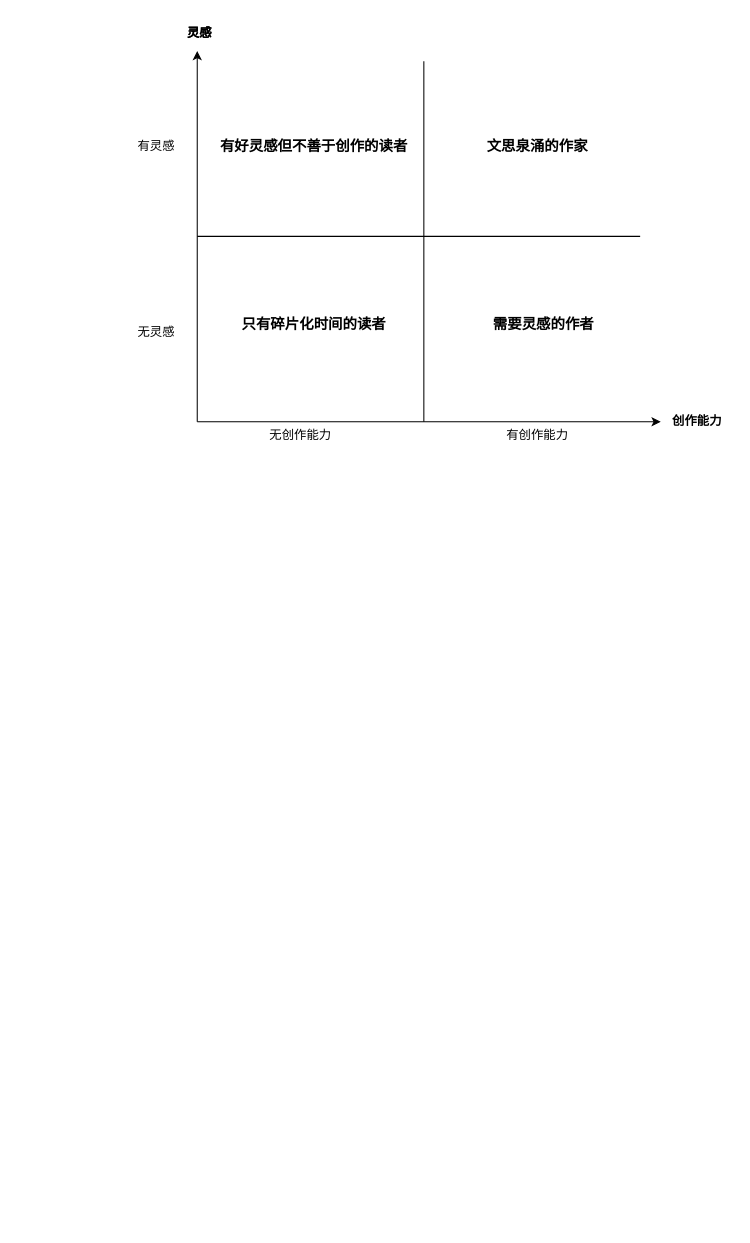
Flover-am/drawioRep keeps this draw.io diagram as 未命名绘图.drawio. Above is the earlier version. Source tidied: cells renumbered, new cells numbered last; positions are measured from the earlier drawing's top-left corner, leaving out a move shared by most shapes. Both pictures are drawn from the tidied source at 103%, with x=0, y=0 at pixel (125, 18).
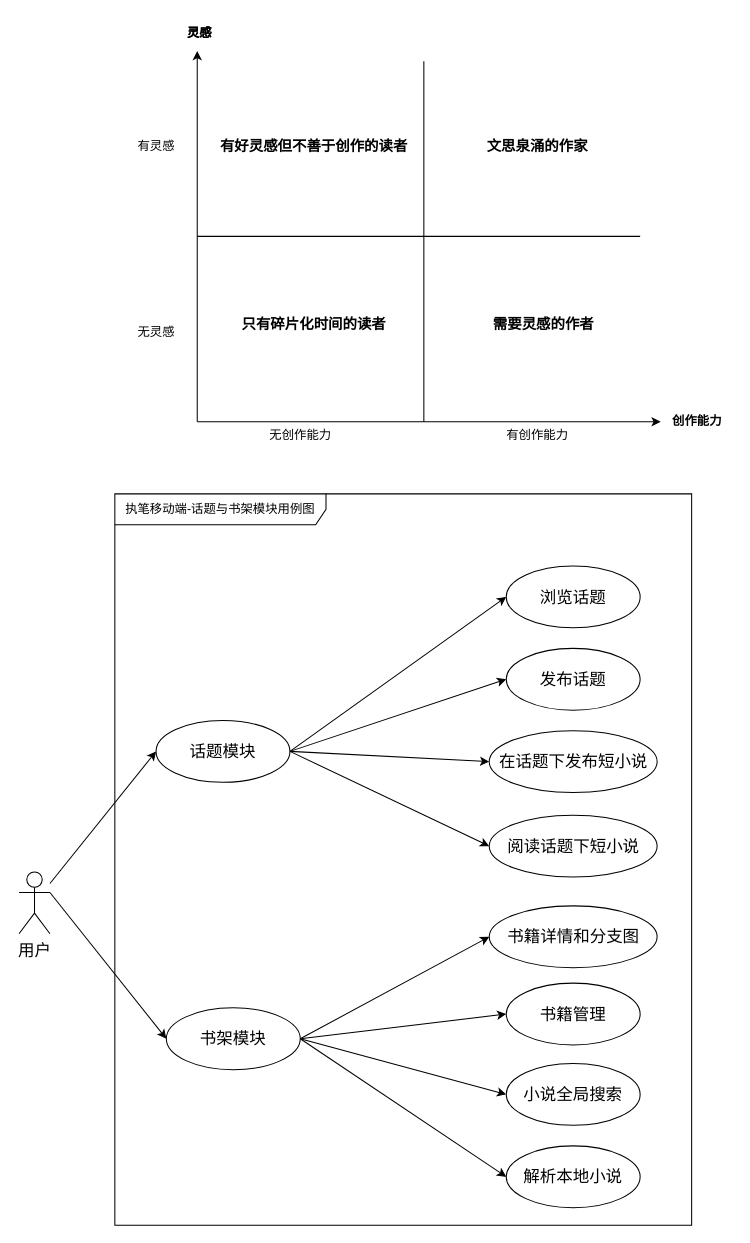
Above is the later version.

The edit, as a diff of the source:
```diff
@@
+    <mxCell id="17" value="用户" style="shape=umlActor;verticalLabelPosition=bottom;verticalAlign=top;html=1;outlineConnect=0;fontSize=16;" parent="1" vertex="1">
+      <mxGeometry x="-103" y="829" width="30" height="60" as="geometry" />
+    </mxCell>
+    <mxCell id="18" style="rounded=0;jettySize=auto;html=1;entryX=0;entryY=0.5;entryDx=0;entryDy=0;exitX=1;exitY=0.5;exitDx=0;exitDy=0;fontSize=16;" parent="1" edge="1" source="19" target="22">
+      <mxGeometry relative="1" as="geometry" />
+    </mxCell>
+    <mxCell id="19" value="话题模块" style="ellipse;whiteSpace=wrap;html=1;fontSize=16;" parent="1" vertex="1">
+      <mxGeometry x="30" y="682" width="130" height="60" as="geometry" />
+    </mxCell>
+    <mxCell id="20" value="浏览话题" style="ellipse;whiteSpace=wrap;html=1;fontSize=16;" parent="1" vertex="1">
+      <mxGeometry x="370" y="532" width="130" height="60" as="geometry" />
+    </mxCell>
+    <mxCell id="21" value="发布话题" style="ellipse;whiteSpace=wrap;html=1;fontSize=16;" parent="1" vertex="1">
+      <mxGeometry x="370" y="612" width="130" height="60" as="geometry" />
+    </mxCell>
+    <mxCell id="22" value="在话题下发布短小说" style="ellipse;whiteSpace=wrap;html=1;fontSize=16;" parent="1" vertex="1">
+      <mxGeometry x="353.5" y="692" width="163" height="60" as="geometry" />
+    </mxCell>
+    <mxCell id="23" value="书架模块" style="ellipse;whiteSpace=wrap;html=1;fontSize=16;" parent="1" vertex="1">
+      <mxGeometry x="40" y="961" width="130" height="60" as="geometry" />
+    </mxCell>
+    <mxCell id="24" value="书籍管理" style="ellipse;whiteSpace=wrap;html=1;fontSize=16;" parent="1" vertex="1">
+      <mxGeometry x="370" y="937" width="130" height="60" as="geometry" />
+    </mxCell>
+    <mxCell id="25" value="解析本地小说" style="ellipse;whiteSpace=wrap;html=1;fontSize=16;" parent="1" vertex="1">
+      <mxGeometry x="370" y="1095" width="130" height="60" as="geometry" />
+    </mxCell>
+    <mxCell id="26" value="小说全局搜索" style="ellipse;whiteSpace=wrap;html=1;fontSize=16;" parent="1" vertex="1">
+      <mxGeometry x="370" y="1015" width="130" height="60" as="geometry" />
+    </mxCell>
+    <mxCell id="27" style="endArrow=classic;html=1;rounded=0;entryX=0;entryY=0.5;entryDx=0;entryDy=0;" parent="1" edge="1" source="17" target="19">
+      <mxGeometry relative="1" as="geometry" />
+    </mxCell>
+    <mxCell id="28" style="endArrow=classic;html=1;rounded=0;entryX=0;entryY=0.5;entryDx=0;entryDy=0;exitX=1;exitY=0.3333333333333333;exitDx=0;exitDy=0;exitPerimeter=0;" parent="1" edge="1" source="17" target="23">
+      <mxGeometry relative="1" as="geometry" />
+    </mxCell>
+    <mxCell id="29" style="endArrow=classic;html=1;rounded=0;exitX=1;exitY=0.5;exitDx=0;exitDy=0;entryX=0;entryY=0.5;entryDx=0;entryDy=0;fontSize=16;" parent="1" edge="1" source="23" target="24">
+      <mxGeometry relative="1" as="geometry" />
+    </mxCell>
+    <mxCell id="30" style="endArrow=classic;html=1;rounded=0;entryX=0;entryY=0.5;entryDx=0;entryDy=0;exitX=1;exitY=0.5;exitDx=0;exitDy=0;fontSize=16;" parent="1" edge="1" source="23" target="25">
+      <mxGeometry relative="1" as="geometry" />
+    </mxCell>
+    <mxCell id="31" style="endArrow=classic;html=1;rounded=0;entryX=0;entryY=0.5;entryDx=0;entryDy=0;exitX=1;exitY=0.5;exitDx=0;exitDy=0;fontSize=16;" parent="1" edge="1" source="23" target="26">
+      <mxGeometry relative="1" as="geometry" />
+    </mxCell>
+    <mxCell id="32" style="rounded=0;jettySize=auto;html=1;entryX=0;entryY=0.5;entryDx=0;entryDy=0;exitX=1;exitY=0.5;exitDx=0;exitDy=0;fontSize=16;" parent="1" edge="1" source="19" target="21">
+      <mxGeometry relative="1" as="geometry" />
+    </mxCell>
+    <mxCell id="33" style="rounded=0;jettySize=auto;html=1;entryX=0;entryY=0.5;entryDx=0;entryDy=0;exitX=1;exitY=0.5;exitDx=0;exitDy=0;fontSize=16;" parent="1" edge="1" source="19" target="20">
+      <mxGeometry relative="1" as="geometry" />
+    </mxCell>
+    <mxCell id="34" value="执笔移动端-话题与书架模块用例图" style="shape=umlFrame;whiteSpace=wrap;html=1;width=205;height=30;" parent="1" vertex="1">
+      <mxGeometry x="-10" y="462" width="560" height="710" as="geometry" />
+    </mxCell>
+    <mxCell id="35" value="阅读话题下短小说" style="ellipse;whiteSpace=wrap;html=1;fontSize=16;" parent="1" vertex="1">
+      <mxGeometry x="353.5" y="774" width="163" height="60" as="geometry" />
+    </mxCell>
+    <mxCell id="36" style="rounded=0;jettySize=auto;html=1;entryX=0;entryY=0.5;entryDx=0;entryDy=0;fontSize=16;" parent="1" edge="1" target="35">
+      <mxGeometry relative="1" as="geometry">
+        <mxPoint x="160" y="712" as="sourcePoint" />
+      </mxGeometry>
+    </mxCell>
+    <mxCell id="37" value="书籍详情和分支图" style="ellipse;whiteSpace=wrap;html=1;fontSize=16;" parent="1" vertex="1">
+      <mxGeometry x="353.5" y="862" width="163" height="60" as="geometry" />
+    </mxCell>
+    <mxCell id="38" style="endArrow=classic;html=1;rounded=0;exitX=1;exitY=0.5;exitDx=0;exitDy=0;entryX=0;entryY=0.5;entryDx=0;entryDy=0;fontSize=16;" parent="1" edge="1" source="23" target="37">
+      <mxGeometry relative="1" as="geometry" />
+    </mxCell>
```
